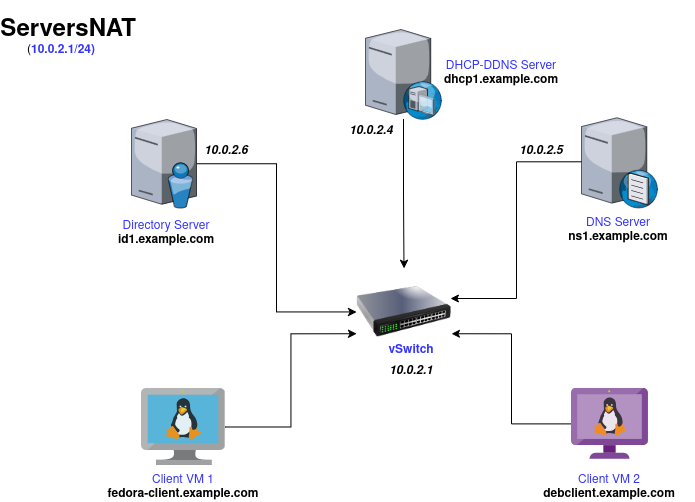
This is images/ServersNAT-Topology.png from biplavpoudel/BuildingLinuxServer, a draw.io export, as it was before one commit. Source tidied: cells renumbered, new cells last; positions are measured from the earlier drawing's top-left corner, leaving out a move shared by most shapes.
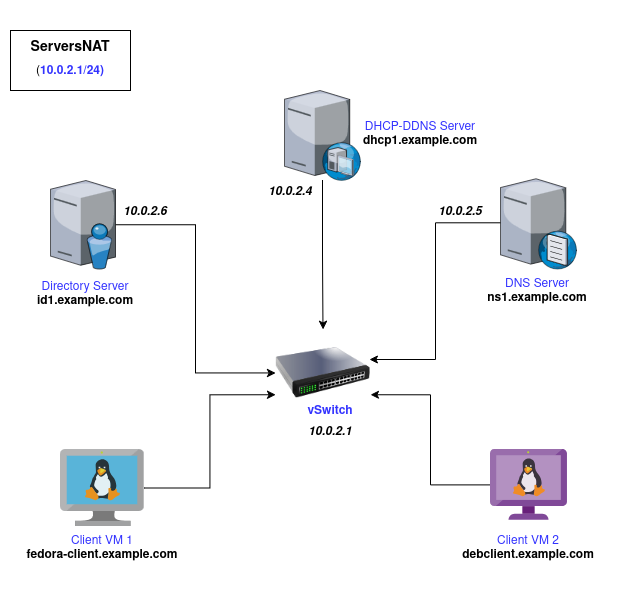
Above is the later version.

Commit message:
updated network topology

Diff of the diagram source:
```diff
@@ -2,6 +2,9 @@
   <root>
     <mxCell id="0" />
     <mxCell id="1" parent="0" />
+    <mxCell id="25" style="rounded=0;whiteSpace=wrap;html=1;strokeColor=none;" parent="1" vertex="1">
+      <mxGeometry x="50" y="-60" width="630" height="570" as="geometry" />
+    </mxCell>
     <mxCell id="2" style="edgeStyle=orthogonalEdgeStyle;rounded=0;jettySize=auto;html=1;entryX=0;entryY=0.5;entryDx=0;entryDy=0;" parent="1" edge="1" source="3" target="11">
       <mxGeometry relative="1" as="geometry" />
     </mxCell>
@@ -65,11 +68,17 @@
     <mxCell id="22" value="&lt;b&gt;&lt;i&gt;10.0.2.1&lt;/i&gt;&lt;/b&gt;" style="text;html=1;whiteSpace=wrap;strokeColor=none;fillColor=none;align=center;verticalAlign=middle;rounded=0;" parent="1" vertex="1">
       <mxGeometry x="350" y="340" width="60" height="30" as="geometry" />
     </mxCell>
+    <mxCell id="26" style="rounded=0;whiteSpace=wrap;html=1;" parent="1" vertex="1">
+      <mxGeometry x="60" y="-46" width="120" height="60" as="geometry" />
+    </mxCell>
-    <mxCell id="23" value="&lt;h1&gt;&lt;b&gt;ServersNAT&lt;/b&gt;&lt;/h1&gt;" style="text;html=1;whiteSpace=wrap;strokeColor=none;fillColor=none;align=center;verticalAlign=middle;rounded=0;" parent="1" vertex="1">
-      <mxGeometry x="7" width="60" height="30" as="geometry" />
+    <mxCell id="23" value="&lt;h1&gt;&lt;font style=&quot;font-size: 14px;&quot;&gt;&lt;span style=&quot;&quot;&gt;ServersNAT&lt;/span&gt;&lt;/font&gt;&lt;/h1&gt;" style="text;html=1;whiteSpace=wrap;strokeColor=none;fillColor=none;align=center;verticalAlign=middle;rounded=0;fontStyle=1;" parent="1" vertex="1">
+      <mxGeometry x="90" y="-76" width="60" height="90" as="geometry" />
     </mxCell>
     <mxCell id="24" value="(&lt;b&gt;&lt;span style=&quot;color: rgb(51, 51, 255);&quot;&gt;10.0.2.1/24)&lt;/span&gt;&lt;/b&gt;" style="text;html=1;whiteSpace=wrap;strokeColor=none;fillColor=none;align=center;verticalAlign=middle;rounded=0;" parent="1" vertex="1">
-      <mxGeometry y="20" width="60" height="30" as="geometry" />
+      <mxGeometry x="90" y="-20" width="60" height="30" as="geometry" />
     </mxCell>
+    <mxCell id="27" style="edgeStyle=orthogonalEdgeStyle;rounded=0;orthogonalLoop=1;jettySize=auto;html=1;exitX=0.5;exitY=1;exitDx=0;exitDy=0;" parent="1" edge="1" source="25" target="25">
+      <mxGeometry relative="1" as="geometry" />
+    </mxCell>
   </root>
 </mxGraphModel>
```
